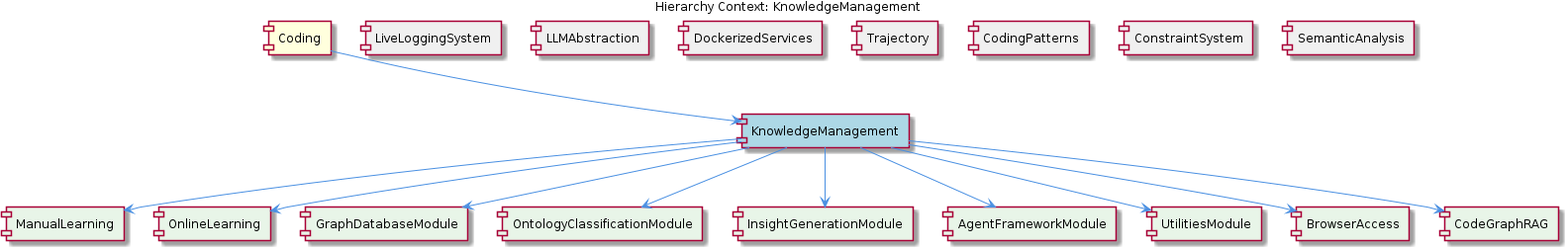
Above: knowledge-management/insights/images/knowledge-management-relationship.png in fwornle/coding (PlantUML), before the change. Its source is kept beside it as .data/knowledge-graph/insights/puml/knowledge-management-relationship.puml. The source it was exported from:
```plantuml
@startuml
!include _standard-style.puml

title Hierarchy Context: KnowledgeManagement

[Coding] as coding #FFFFDD
[KnowledgeManagement] as knowledge_management #LightBlue
[LiveLoggingSystem] as live_logging_system #F0F0F0
[LLMAbstraction] as llmabstraction #F0F0F0
[DockerizedServices] as dockerized_services #F0F0F0
[Trajectory] as trajectory #F0F0F0
[CodingPatterns] as coding_patterns #F0F0F0
[ConstraintSystem] as constraint_system #F0F0F0
[SemanticAnalysis] as semantic_analysis #F0F0F0
[ManualLearning] as manual_learning #E8F5E8
[OnlineLearning] as online_learning #E8F5E8
[GraphDatabaseModule] as graph_database_module #E8F5E8
[OntologyClassificationModule] as ontology_classification_module #E8F5E8
[InsightGenerationModule] as insight_generation_module #E8F5E8
[AgentFrameworkModule] as agent_framework_module #E8F5E8
[UtilitiesModule] as utilities_module #E8F5E8
[BrowserAccess] as browser_access #E8F5E8
[CodeGraphRAG] as code_graph_rag #E8F5E8

coding --> knowledge_management
live_logging_system -[hidden]- knowledge_management
llmabstraction -[hidden]- knowledge_management
dockerized_services -[hidden]- knowledge_management
trajectory -[hidden]- knowledge_management
coding_patterns -[hidden]- knowledge_management
constraint_system -[hidden]- knowledge_management
semantic_analysis -[hidden]- knowledge_management
knowledge_management --> manual_learning
knowledge_management --> online_learning
knowledge_management --> graph_database_module
knowledge_management --> ontology_classification_module
knowledge_management --> insight_generation_module
knowledge_management --> agent_framework_module
knowledge_management --> utilities_module
knowledge_management --> browser_access
knowledge_management --> code_graph_rag

@enduml
```
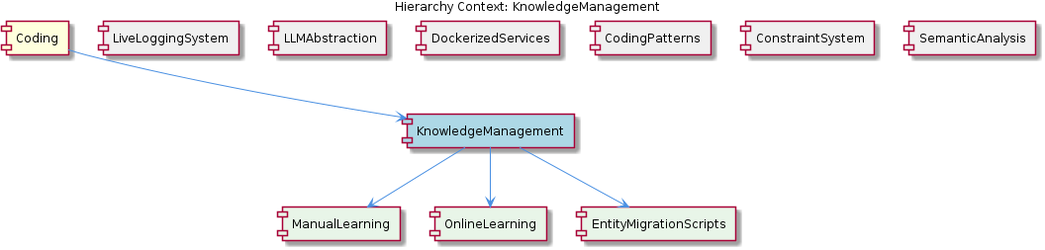
After the commit.

The edit, as a diff of the source:
```diff
@@ -8,36 +8,22 @@
 [LiveLoggingSystem] as live_logging_system #F0F0F0
 [LLMAbstraction] as llmabstraction #F0F0F0
 [DockerizedServices] as dockerized_services #F0F0F0
-[Trajectory] as trajectory #F0F0F0
 [CodingPatterns] as coding_patterns #F0F0F0
 [ConstraintSystem] as constraint_system #F0F0F0
 [SemanticAnalysis] as semantic_analysis #F0F0F0
 [ManualLearning] as manual_learning #E8F5E8
 [OnlineLearning] as online_learning #E8F5E8
-[GraphDatabaseModule] as graph_database_module #E8F5E8
-[OntologyClassificationModule] as ontology_classification_module #E8F5E8
-[InsightGenerationModule] as insight_generation_module #E8F5E8
-[AgentFrameworkModule] as agent_framework_module #E8F5E8
-[UtilitiesModule] as utilities_module #E8F5E8
-[BrowserAccess] as browser_access #E8F5E8
-[CodeGraphRAG] as code_graph_rag #E8F5E8
+[EntityMigrationScripts] as entity_migration_scripts #E8F5E8
 
 coding --> knowledge_management
 live_logging_system -[hidden]- knowledge_management
 llmabstraction -[hidden]- knowledge_management
 dockerized_services -[hidden]- knowledge_management
-trajectory -[hidden]- knowledge_management
 coding_patterns -[hidden]- knowledge_management
 constraint_system -[hidden]- knowledge_management
 semantic_analysis -[hidden]- knowledge_management
 knowledge_management --> manual_learning
 knowledge_management --> online_learning
-knowledge_management --> graph_database_module
-knowledge_management --> ontology_classification_module
-knowledge_management --> insight_generation_module
-knowledge_management --> agent_framework_module
-knowledge_management --> utilities_module
-knowledge_management --> browser_access
-knowledge_management --> code_graph_rag
+knowledge_management --> entity_migration_scripts
 
 @enduml
```
